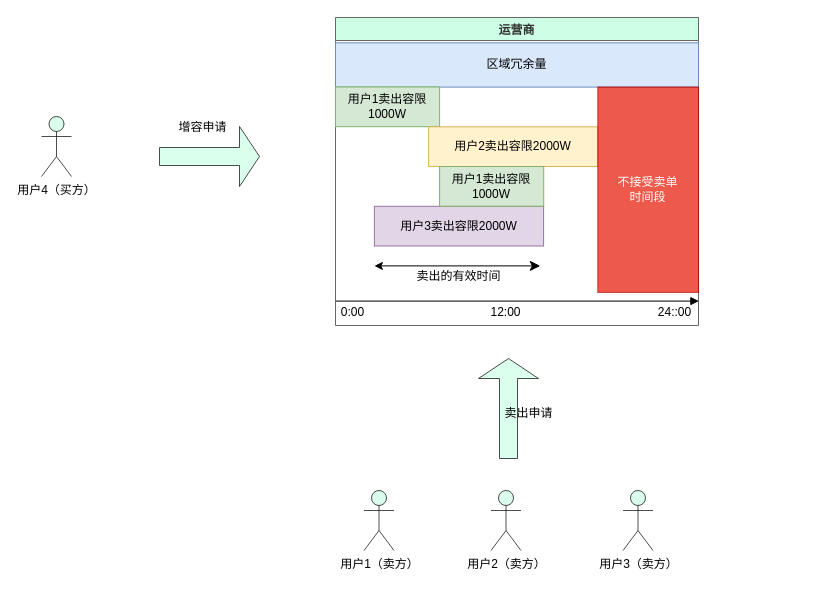
Above: 增容需量交易.drawio in chenzhi666/doc (draw.io), before the change. Source tidied: cells renumbered, new cells numbered last; positions are measured from the earlier drawing's top-left corner, leaving out a move shared by most shapes. Both pictures are drawn from the tidied source at 100%, with x=0, y=0 at pixel (41, 17).
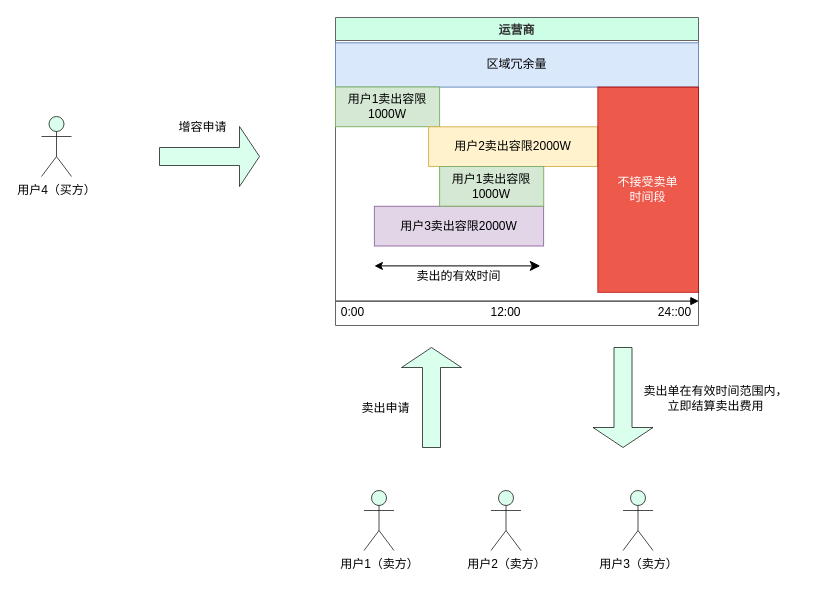
The same diagram, later.

Commit message:
Update 增容需量交易.drawio

The edit, as a diff of the source:
```diff
@@
     <mxCell id="20" style="shape=singleArrow;direction=north;whiteSpace=wrap;html=1;rounded=0;shadow=0;fillColor=#CCFFE6;opacity=70;" parent="1" vertex="1">
-      <mxGeometry x="437" y="341" width="60" height="100" as="geometry" />
+      <mxGeometry x="360" y="330" width="60" height="100" as="geometry" />
     </mxCell>
     <mxCell id="21" value="卖出申请" style="text;html=1;align=center;verticalAlign=middle;strokeColor=none;fillColor=none;" parent="1" vertex="1">
-      <mxGeometry x="448" y="379" width="77" height="33" as="geometry" />
+      <mxGeometry x="305" y="374.5" width="77" height="33" as="geometry" />
     </mxCell>
@@
+    <mxCell id="24" style="shape=singleArrow;direction=south;whiteSpace=wrap;html=1;rounded=0;shadow=0;fillColor=#CCFFE6;opacity=70;" parent="1" vertex="1">
+      <mxGeometry x="551.5" y="330" width="60" height="100" as="geometry" />
+    </mxCell>
+    <mxCell id="25" value="卖出单在有效时间范围内，&lt;br&gt;立即结算卖出费用" style="text;html=1;align=center;verticalAlign=middle;strokeColor=none;fillColor=none;" parent="1" vertex="1">
+      <mxGeometry x="591" y="359" width="165" height="44" as="geometry" />
+    </mxCell>
```
